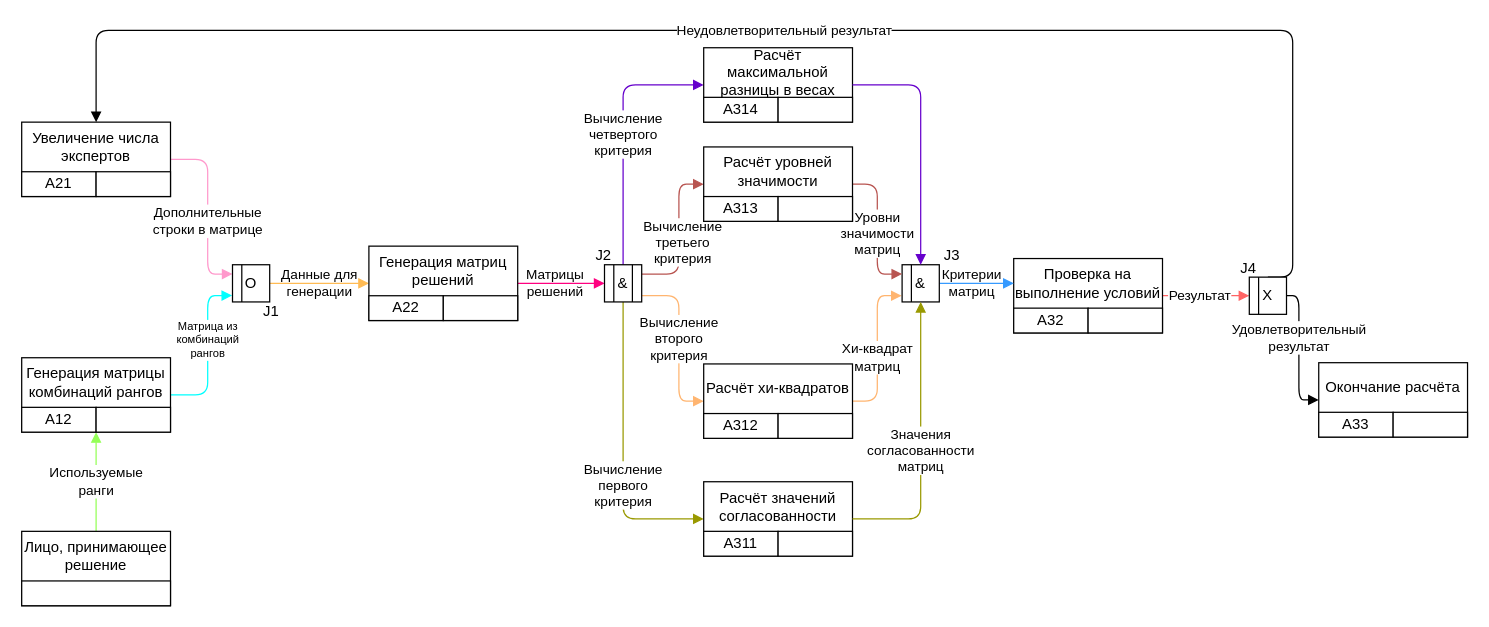
Earlier version of the draw.io diagram draw_io/IDEF3.drawio (Dimj1k/Works). Source tidied: cells renumbered, new cells numbered last; positions are measured from the earlier drawing's top-left corner, leaving out a move shared by most shapes. Both pictures are drawn from the tidied source at 124%, with x=0, y=0 at pixel (21, 30).
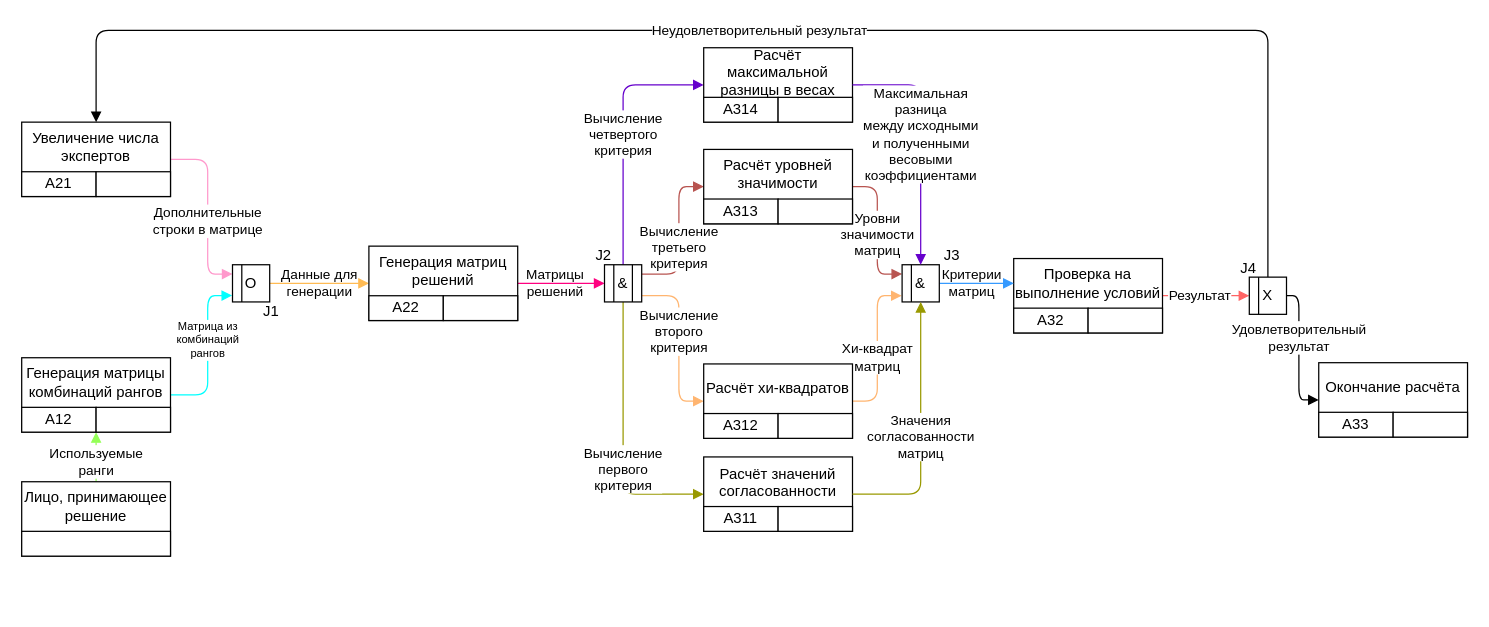
Above is the later version.

Unchanged cells that the change refers to:
```xml
<mxCell id="20" value="Увеличение числа экспертов" style="text;html=1;strokeColor=none;fillColor=none;align=center;verticalAlign=middle;whiteSpace=wrap;rounded=0;" parent="15" vertex="1">
  <mxGeometry width="120" height="40" as="geometry" />
</mxCell>
<mxCell id="26" value="А12" style="text;html=1;strokeColor=none;fillColor=none;align=center;verticalAlign=middle;whiteSpace=wrap;rounded=0;" parent="22" vertex="1">
  <mxGeometry y="40" width="60" height="20" as="geometry" />
</mxCell>
<mxCell id="37" value="X" style="rounded=0;whiteSpace=wrap;html=1;" parent="1" vertex="1">
  <mxGeometry x="990" y="199" width="30" height="30" as="geometry" />
</mxCell>
<mxCell id="49" value="&amp;amp;" style="rounded=0;whiteSpace=wrap;html=1;" parent="1" vertex="1">
  <mxGeometry x="470" y="189" width="30" height="30" as="geometry" />
</mxCell>
<mxCell id="55" value="Лицо, принимающее решение" style="text;html=1;strokeColor=none;fillColor=none;align=center;verticalAlign=middle;whiteSpace=wrap;rounded=0;" parent="52" vertex="1">
  <mxGeometry width="120" height="40" as="geometry" />
</mxCell>
<mxCell id="57" value="Расчёт значений согласованности" style="rounded=0;whiteSpace=wrap;html=1;verticalAlign=top;" parent="56" vertex="1">
  <mxGeometry width="120" height="60" as="geometry" />
</mxCell>
<mxCell id="62" value="&amp;amp;" style="rounded=0;whiteSpace=wrap;html=1;" parent="1" vertex="1">
  <mxGeometry x="710" y="189" width="30" height="30" as="geometry" />
</mxCell>
<mxCell id="74" value="Расчёт хи-квадратов" style="text;html=1;strokeColor=none;fillColor=none;align=center;verticalAlign=middle;whiteSpace=wrap;rounded=0;" parent="69" vertex="1">
  <mxGeometry width="120" height="40" as="geometry" />
</mxCell>
<mxCell id="81" value="Расчёт уровней&lt;br&gt;значимости" style="text;html=1;strokeColor=none;fillColor=none;align=center;verticalAlign=middle;whiteSpace=wrap;rounded=0;" parent="76" vertex="1">
  <mxGeometry width="120" height="40" as="geometry" />
</mxCell>
<mxCell id="87" value="Расчёт максимальной разницы в весах" style="text;html=1;strokeColor=none;fillColor=none;align=center;verticalAlign=middle;whiteSpace=wrap;rounded=0;" parent="82" vertex="1">
  <mxGeometry width="120" height="40" as="geometry" />
</mxCell>
```

What changed in the source:
```diff
@@
+    <mxCell id="75" value="Уровни&lt;br&gt;значимости&lt;br&gt;матриц" style="edgeStyle=orthogonalEdgeStyle;rounded=1;jettySize=auto;html=1;exitX=1;exitY=0.75;exitDx=0;exitDy=0;entryX=0;entryY=0.25;entryDx=0;entryDy=0;strokeColor=#B85450;endArrow=block;endFill=1;labelBackgroundColor=default;" parent="1" edge="1" source="81" target="62">
+      <mxGeometry x="0.07" relative="1" as="geometry" />
+    </mxCell>
@@
     <mxCell id="3" value="&lt;div&gt;Используемые&lt;/div&gt;&lt;div&gt;ранги&lt;br&gt;&lt;/div&gt;" style="edgeStyle=orthogonalEdgeStyle;rounded=1;jettySize=auto;html=1;entryX=1;entryY=1;entryDx=0;entryDy=0;strokeColor=#94FF57;endArrow=block;endFill=1;" parent="1" edge="1" source="55" target="26">
-      <mxGeometry relative="1" as="geometry" />
+      <mxGeometry x="-0.2" relative="1" as="geometry" />
     </mxCell>
@@
     <mxCell id="35" value="Неудовлетворительный результат" style="edgeStyle=orthogonalEdgeStyle;rounded=1;jettySize=auto;html=1;entryX=0.5;entryY=0;entryDx=0;entryDy=0;exitX=0.5;exitY=0;exitDx=0;exitDy=0;endArrow=block;endFill=1;" parent="1" edge="1" source="37" target="20">
       <mxGeometry relative="1" as="geometry">
         <Array as="points">
-          <mxPoint x="1025" />
+          <mxPoint x="1005" />
           <mxPoint x="60" />
         </Array>
       </mxGeometry>
     </mxCell>
@@
     <mxCell id="45" value="Вычисление&lt;br&gt;первого&lt;br&gt;критерия" style="edgeStyle=orthogonalEdgeStyle;rounded=1;jettySize=auto;html=1;entryX=0;entryY=0.5;entryDx=0;entryDy=0;endArrow=block;endFill=1;strokeColor=#999900;" parent="1" edge="1" source="49" target="57">
       <mxGeometry x="0.23" relative="1" as="geometry">
         <Array as="points">
-          <mxPoint x="485" y="394" />
+          <mxPoint x="485" y="374" />
         </Array>
       </mxGeometry>
     </mxCell>
     <mxCell id="46" value="Вычисление&lt;br&gt;второго&lt;br&gt;критерия" style="edgeStyle=orthogonalEdgeStyle;rounded=1;jettySize=auto;html=1;entryX=0;entryY=0.75;entryDx=0;entryDy=0;exitX=1.003;exitY=0.832;exitDx=0;exitDy=0;exitPerimeter=0;endArrow=block;endFill=1;strokeColor=#FFB570;" parent="1" edge="1" source="49" target="74">
-      <mxGeometry x="-0.04" relative="1" as="geometry">
+      <mxGeometry x="-0.13" relative="1" as="geometry">
         <Array as="points">
           <mxPoint x="530" y="214" />
           <mxPoint x="530" y="299" />
         </Array>
       </mxGeometry>
     </mxCell>
-    <mxCell id="47" value="Вычисление&lt;br&gt;третьего&lt;br&gt;критерия" style="edgeStyle=orthogonalEdgeStyle;rounded=1;jettySize=auto;html=1;exitX=1;exitY=0.25;exitDx=0;exitDy=0;entryX=0;entryY=0.75;entryDx=0;entryDy=0;endArrow=block;endFill=1;strokeColor=#B85450;" parent="1" edge="1" source="49" target="81">
-      <mxGeometry x="-0.09" y="-3" relative="1" as="geometry">
+    <mxCell id="47" value="Вычисление&lt;br&gt;третьего&lt;br&gt;критерия" style="edgeStyle=orthogonalEdgeStyle;rounded=1;orthogonalLoop=1;jettySize=auto;html=1;exitX=1;exitY=0.25;exitDx=0;exitDy=0;entryX=0;entryY=0.75;entryDx=0;entryDy=0;endArrow=block;endFill=1;strokeColor=#B85450;" parent="1" edge="1">
+      <mxGeometry x="-0.13" relative="1" as="geometry">
+        <mxPoint x="500" y="196.5" as="sourcePoint" />
+        <mxPoint x="550" y="126" as="targetPoint" />
         <Array as="points">
           <mxPoint x="530" y="197" />
-          <mxPoint x="530" y="124" />
+          <mxPoint x="530" y="126" />
         </Array>
       </mxGeometry>
     </mxCell>
@@
     <mxCell id="52" style="group;" parent="1" vertex="1">
-      <mxGeometry y="404" width="120" height="60" as="geometry" />
+      <mxGeometry y="364" width="120" height="60" as="geometry" />
     </mxCell>
@@
     <mxCell id="56" style="group;" parent="1" vertex="1">
-      <mxGeometry x="550" y="364" width="120" height="60" as="geometry" />
+      <mxGeometry x="550" y="344" width="120" height="60" as="geometry" />
     </mxCell>
@@
     <mxCell id="64" value="Значения&lt;br&gt;согласованности&lt;br&gt;матриц" style="edgeStyle=orthogonalEdgeStyle;rounded=1;jettySize=auto;html=1;exitX=1;exitY=0.5;exitDx=0;exitDy=0;entryX=0.5;entryY=1;entryDx=0;entryDy=0;strokeColor=#999900;endArrow=block;endFill=1;" parent="1" edge="1" source="57" target="62">
       <mxGeometry x="-0.04" relative="1" as="geometry">
         <Array as="points">
-          <mxPoint x="725" y="394" />
+          <mxPoint x="725" y="374" />
         </Array>
       </mxGeometry>
     </mxCell>
@@
-    <mxCell id="75" value="Уровни&lt;br&gt;значимости&lt;br&gt;матриц" style="edgeStyle=orthogonalEdgeStyle;rounded=1;jettySize=auto;html=1;exitX=1;exitY=0.75;exitDx=0;exitDy=0;entryX=0;entryY=0.25;entryDx=0;entryDy=0;strokeColor=#B85450;endArrow=block;endFill=1;" parent="1" edge="1" source="81" target="62">
-      <mxGeometry x="0.07" relative="1" as="geometry" />
-    </mxCell>
     <mxCell id="76" style="group;" parent="1" vertex="1">
-      <mxGeometry x="550" y="94" width="120" height="60" as="geometry" />
+      <mxGeometry x="550" y="96" width="120" height="60" as="geometry" />
     </mxCell>
@@
-    <mxCell id="88" style="edgeStyle=orthogonalEdgeStyle;rounded=1;jettySize=auto;html=1;exitX=1;exitY=0.75;exitDx=0;exitDy=0;entryX=0.5;entryY=0;entryDx=0;entryDy=0;strokeColor=#6600CC;endArrow=block;endFill=1;" parent="1" edge="1" source="87" target="62">
-      <mxGeometry relative="1" as="geometry" />
+    <mxCell id="88" value="Максимальная&lt;br&gt;разница&lt;br&gt;между исходными&lt;br&gt;и полученными&lt;br&gt;весовыми&lt;br&gt;коэффициентами" style="edgeStyle=orthogonalEdgeStyle;rounded=1;jettySize=auto;html=1;exitX=1;exitY=0.75;exitDx=0;exitDy=0;entryX=0.5;entryY=0;entryDx=0;entryDy=0;strokeColor=#6600CC;endArrow=block;endFill=1;" parent="1" edge="1" source="87" target="62">
+      <mxGeometry x="-0.05" relative="1" as="geometry" />
     </mxCell>
```
